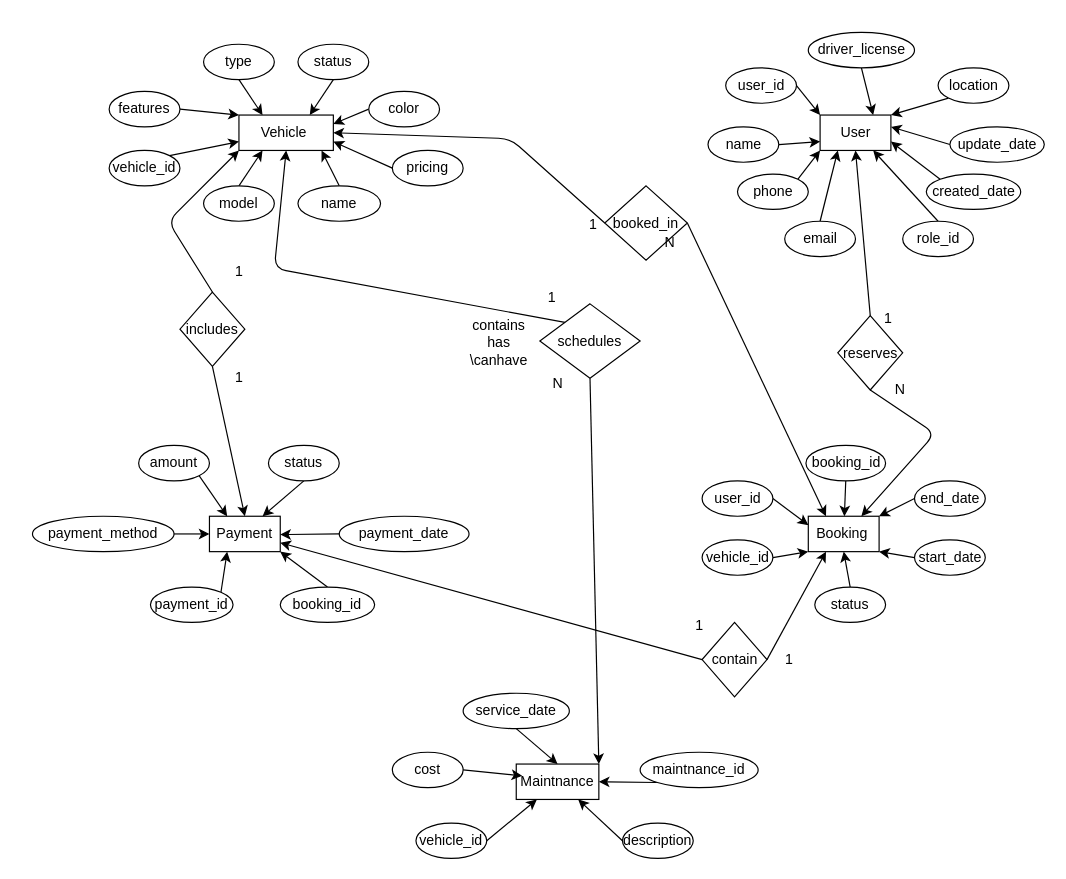
Earlier version of the draw.io diagram docs/ERD.drawio (mohamedwaked05/BabiAuto). Source tidied: cells renumbered, new cells numbered last; positions are measured from the earlier drawing's top-left corner, leaving out a move shared by most shapes. Both pictures are drawn from the tidied source at 118%, with x=0, y=0 at pixel (32, 32).
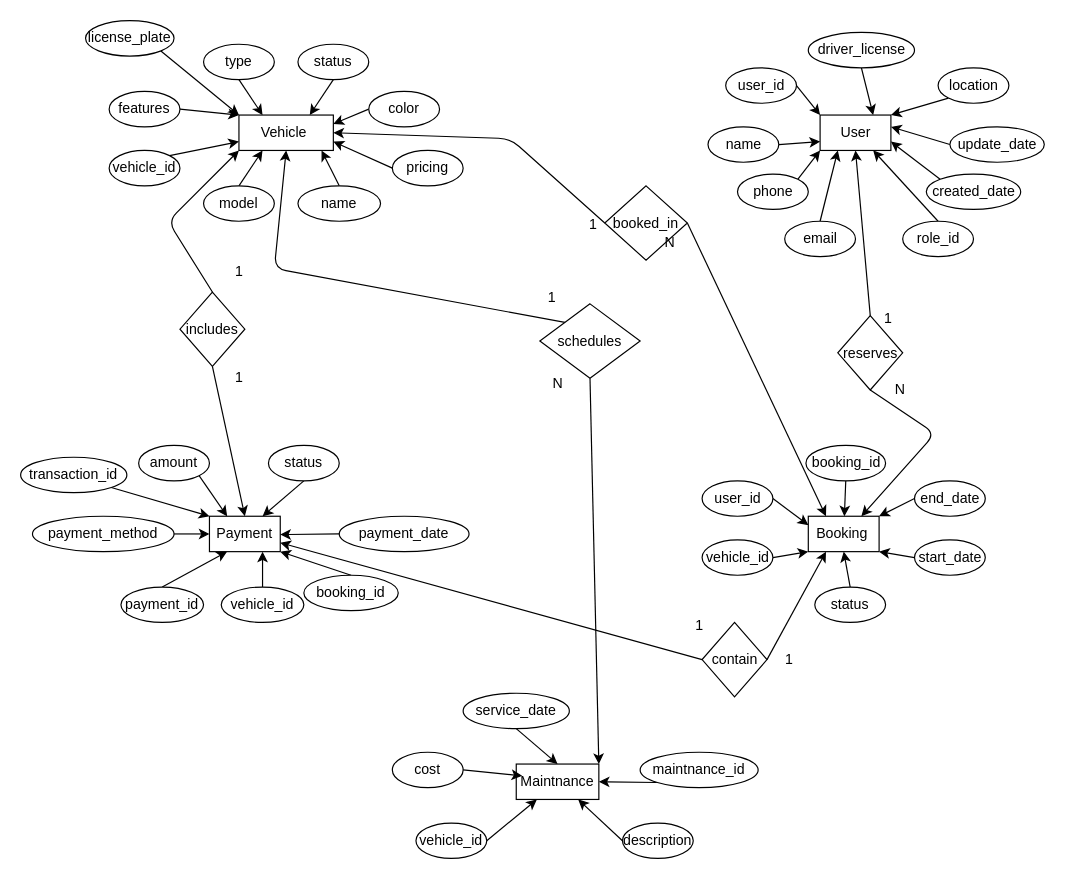
The same diagram, later.

The change refers to these unchanged cells:
```xml
<mxCell id="6" value="Vehicle&amp;nbsp;" style="whiteSpace=wrap;html=1;" parent="1" vertex="1">
  <mxGeometry x="175" y="70" width="80" height="30" as="geometry" />
</mxCell>
<mxCell id="7" value="Payment" style="whiteSpace=wrap;html=1;" parent="1" vertex="1">
  <mxGeometry x="150" y="410" width="60" height="30" as="geometry" />
</mxCell>
```

What changed in the source:
```diff
@@
     <mxCell id="43" value="booking_id" style="ellipse;whiteSpace=wrap;html=1;" parent="1" vertex="1">
-      <mxGeometry x="210" y="470" width="80" height="30" as="geometry" />
+      <mxGeometry x="230" y="460" width="80" height="30" as="geometry" />
     </mxCell>
@@
-    <mxCell id="72" style="edgeStyle=none;html=1;exitX=1;exitY=0;exitDx=0;exitDy=0;entryX=0.25;entryY=1;entryDx=0;entryDy=0;" parent="1" edge="1" source="73" target="7">
+    <mxCell id="72" style="edgeStyle=none;html=1;exitX=0.5;exitY=0;exitDx=0;exitDy=0;entryX=0.25;entryY=1;entryDx=0;entryDy=0;" parent="1" edge="1" source="73" target="7">
       <mxGeometry relative="1" as="geometry" />
     </mxCell>
     <mxCell id="73" value="payment_id" style="ellipse;whiteSpace=wrap;html=1;" parent="1" vertex="1">
-      <mxGeometry x="100" y="470" width="70" height="30" as="geometry" />
+      <mxGeometry x="75" y="470" width="70" height="30" as="geometry" />
     </mxCell>
@@
-    <mxCell id="76" value="contains&lt;br&gt;has&lt;div&gt;\canhave&lt;/div&gt;" style="text;html=1;align=center;verticalAlign=middle;strokeColor=none;fillColor=none;" parent="1" vertex="1">
-      <mxGeometry x="360" y="233" width="70" height="60" as="geometry" />
-    </mxCell>
@@
+    <mxCell id="102" style="edgeStyle=none;html=1;exitX=1;exitY=1;exitDx=0;exitDy=0;entryX=0;entryY=0;entryDx=0;entryDy=0;" parent="1" edge="1" source="103" target="6">
+      <mxGeometry relative="1" as="geometry" />
+    </mxCell>
+    <mxCell id="103" value="license_plate" style="ellipse;whiteSpace=wrap;html=1;" parent="1" vertex="1">
+      <mxGeometry x="45" y="-10" width="75" height="30" as="geometry" />
+    </mxCell>
+    <mxCell id="104" style="edgeStyle=none;html=1;exitX=0.5;exitY=0;exitDx=0;exitDy=0;entryX=0.75;entryY=1;entryDx=0;entryDy=0;" parent="1" edge="1" source="105" target="7">
+      <mxGeometry relative="1" as="geometry" />
+    </mxCell>
+    <mxCell id="105" value="vehicle_id" style="ellipse;whiteSpace=wrap;html=1;" parent="1" vertex="1">
+      <mxGeometry x="160" y="470" width="70" height="30" as="geometry" />
+    </mxCell>
+    <mxCell id="106" style="edgeStyle=none;html=1;exitX=1;exitY=1;exitDx=0;exitDy=0;entryX=0;entryY=0;entryDx=0;entryDy=0;" parent="1" edge="1" source="107" target="7">
+      <mxGeometry relative="1" as="geometry" />
+    </mxCell>
+    <mxCell id="107" value="transaction_id" style="ellipse;whiteSpace=wrap;html=1;" parent="1" vertex="1">
+      <mxGeometry x="-10" y="360" width="90" height="30" as="geometry" />
+    </mxCell>
```
